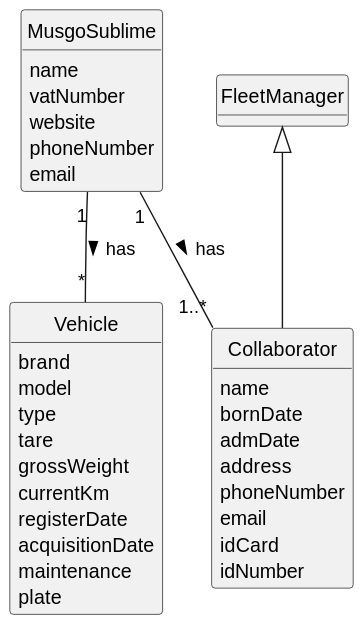
Above: docs/sprintA/us008/02.analysis/svg/us008-domain-model.svg in 1231360-ISEP/lei-24-s2-1db-g021 (PlantUML), before the change.
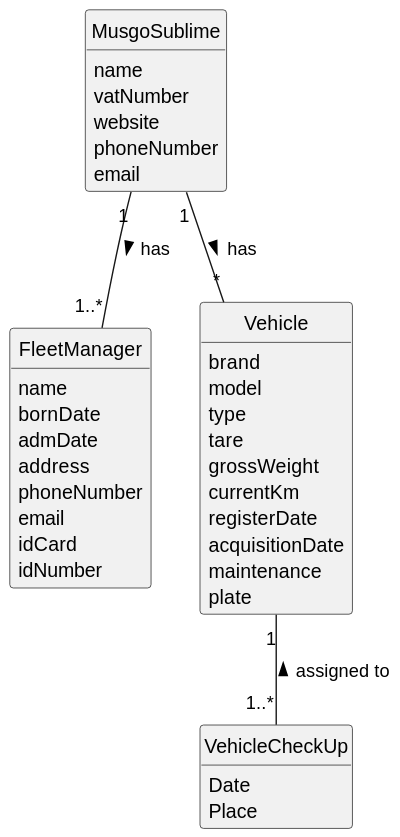
Later version of the same file.

Commit message:
US008 & US004 - Updated domain model

What changed in the source:
```diff
@@ -17,7 +17,7 @@
     phoneNumber
     email
 }
-class Collaborator {
+class FleetManager {
     name
     bornDate
     admDate
@@ -26,9 +26,6 @@
     email
     idCard
     idNumber
-}
-
-class FleetManager {
 }
 
 class Vehicle {
@@ -43,7 +40,13 @@
     maintenance
     plate
 }
-MusgoSublime "1" -- "1..*" Collaborator : has >
-FleetManager  <|-- Collaborator
+
+class VehicleCheckUp {
+    Date
+    Place
+}
+
+MusgoSublime "1" -- "1..*" FleetManager : has >
 MusgoSublime "1" -- "*" Vehicle : has >
+Vehicle "1" -- "1..*" VehicleCheckUp : assigned to <
 @enduml
```
